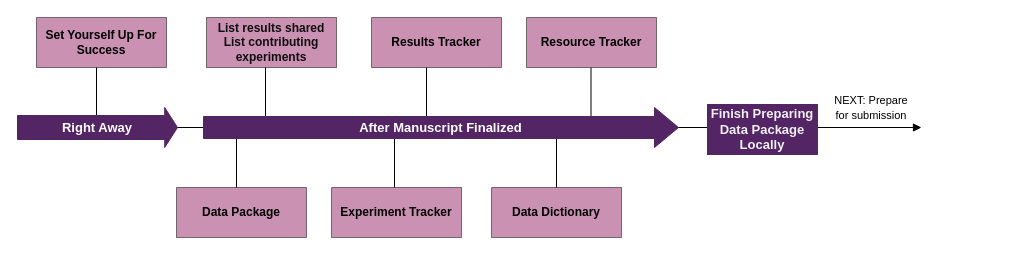
This is docs/fit/best-fit-recs/assets/early-res-low.drawio from norc-heal/heal-data-pkg-guide, a draw.io file, before an edit. Source tidied: cells renumbered, new cells numbered last; positions are measured from the earlier drawing's top-left corner, leaving out a move shared by most shapes. Both pictures are drawn from the tidied source at 100%, with x=0, y=0 at pixel (17, 17).
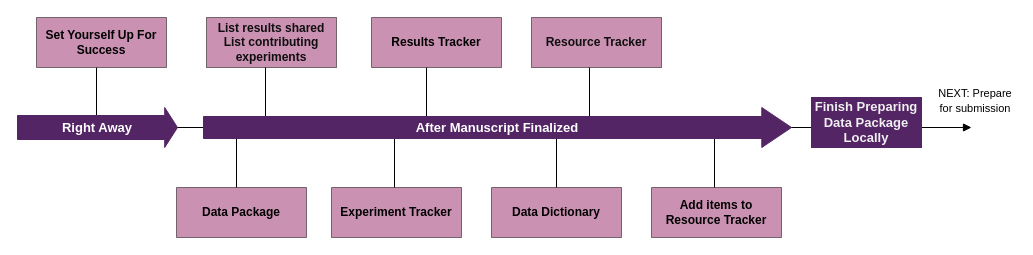
The same page after the edit.

What changed in the source:
```diff
@@
+    <mxCell id="21" style="endArrow=none;html=1;fontColor=#0F0F0F;rounded=0;" parent="1" edge="1">
+      <mxGeometry relative="1" as="geometry">
+        <mxPoint x="697" y="110" as="sourcePoint" />
+        <mxPoint x="697" y="170" as="targetPoint" />
+      </mxGeometry>
+    </mxCell>
     <mxCell id="2" value="&lt;font style=&quot;font-size: 11px;&quot;&gt;NEXT: Prepare for submission&lt;/font&gt;" style="rounded=0;whiteSpace=wrap;html=1;strokeColor=none;" parent="1" vertex="1">
-      <mxGeometry x="814" y="70" width="80" height="40" as="geometry" />
+      <mxGeometry x="918" y="63" width="80" height="40" as="geometry" />
     </mxCell>
     <mxCell id="3" style="endArrow=block;html=1;rounded=0;endFill=1;startArrow=none;" parent="1" edge="1">
       <mxGeometry relative="1" as="geometry">
         <mxPoint x="14" y="110" as="sourcePoint" />
-        <mxPoint x="904" y="110" as="targetPoint" />
+        <mxPoint x="954" y="110" as="targetPoint" />
       </mxGeometry>
     </mxCell>
     <mxCell id="4" value="Finish Preparing Data Package Locally" style="rounded=0;whiteSpace=wrap;html=1;fillColor=#532565;fontColor=#F0F0F0;fontStyle=1;glass=0;fontSize=13;strokeColor=#532565;" parent="1" vertex="1">
-      <mxGeometry x="690" y="87" width="110" height="50" as="geometry" />
+      <mxGeometry x="794" y="80" width="110" height="50" as="geometry" />
     </mxCell>
@@
     <mxCell id="11" style="endArrow=none;html=1;fontColor=#0F0F0F;rounded=0;" parent="1" edge="1">
       <mxGeometry relative="1" as="geometry">
-        <mxPoint x="573.5" y="50" as="sourcePoint" />
-        <mxPoint x="573.5" y="110" as="targetPoint" />
+        <mxPoint x="572" y="50" as="sourcePoint" />
+        <mxPoint x="572" y="110" as="targetPoint" />
       </mxGeometry>
     </mxCell>
@@
     <mxCell id="18" value="&lt;font color=&quot;#ffffff&quot; style=&quot;font-size: 13px;&quot;&gt;&lt;b style=&quot;font-size: 13px;&quot;&gt;After Manuscript Finalized&lt;/b&gt;&lt;/font&gt;" style="shape=singleArrow;whiteSpace=wrap;html=1;arrowWidth=0.55;arrowSize=0.05052631578947368;fillColor=#532565;strokeColor=#532565;fontSize=13;labelBorderColor=none;" parent="1" vertex="1">
-      <mxGeometry x="186" y="90" width="475" height="40" as="geometry" />
+      <mxGeometry x="186" y="90" width="588" height="40" as="geometry" />
     </mxCell>
+    <mxCell id="20" value="&lt;b&gt;Experiment Tracker&lt;/b&gt;" style="swimlane;fontStyle=0;horizontal=1;startSize=50;whiteSpace=wrap;html=1;rounded=0;shadow=0;glass=0;fillColor=#982568;gradientColor=none;gradientDirection=radial;opacity=50;" parent="1" vertex="1" collapsed="1">
+      <mxGeometry x="314" y="170" width="130" height="50" as="geometry" />
+    </mxCell>
+    <mxCell id="22" value="Resource Tracker" style="rounded=0;whiteSpace=wrap;html=1;fillColor=#982568;fontColor=#0F0F0F;fontStyle=1;opacity=50;" parent="1" vertex="1">
+      <mxGeometry x="514" width="130" height="50" as="geometry" />
+    </mxCell>
-    <mxCell id="19" value="&lt;b&gt;Resource Tracker&lt;/b&gt;" style="swimlane;fontStyle=0;horizontal=1;startSize=50;whiteSpace=wrap;html=1;rounded=0;shadow=0;glass=0;fillColor=#982568;gradientColor=none;gradientDirection=radial;opacity=50;swimlaneLine=1;" parent="1" vertex="1" collapsed="1">
-      <mxGeometry x="509" width="130" height="50" as="geometry" />
+    <mxCell id="19" value="&lt;b&gt;Add items to Resource Tracker&lt;/b&gt;" style="swimlane;fontStyle=0;horizontal=1;startSize=50;whiteSpace=wrap;html=1;rounded=0;shadow=0;glass=0;fillColor=#982568;gradientColor=none;gradientDirection=radial;opacity=50;swimlaneLine=1;" parent="1" vertex="1" collapsed="1">
+      <mxGeometry x="634" y="170" width="130" height="50" as="geometry" />
     </mxCell>
-    <mxCell id="20" value="&lt;b&gt;Experiment Tracker&lt;/b&gt;" style="swimlane;fontStyle=0;horizontal=1;startSize=50;whiteSpace=wrap;html=1;rounded=0;shadow=0;glass=0;fillColor=#982568;gradientColor=none;gradientDirection=radial;opacity=50;" parent="1" vertex="1" collapsed="1">
-      <mxGeometry x="314" y="170" width="130" height="50" as="geometry" />
-    </mxCell>
```
